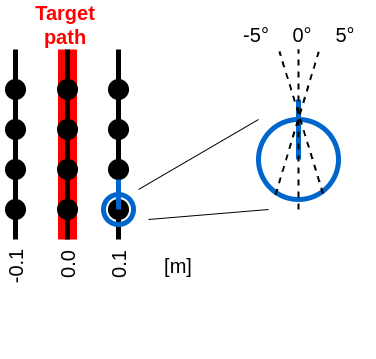
Above: img/collect2.png in YuukiTakahashi4690/rmdformat2022 (draw.io), before the change. Source tidied: cells renumbered, new cells last; positions are measured from the earlier drawing's top-left corner, leaving out a move shared by most shapes.
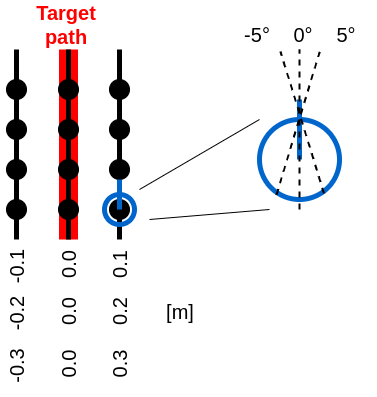
After the commit.

The edit, as a diff of the source:
```diff
@@ -15,7 +15,7 @@
       <mxGeometry x="103" y="240" width="60" height="30" as="geometry" />
     </mxCell>
     <mxCell id="5" value="[m]" style="text;html=1;strokeColor=none;fillColor=none;align=center;verticalAlign=middle;whiteSpace=wrap;rounded=0;fontSize=20;fontColor=#000000;" parent="1" vertex="1">
-      <mxGeometry x="163" y="241" width="60" height="30" as="geometry" />
+      <mxGeometry x="163.5" y="287" width="60" height="30" as="geometry" />
     </mxCell>
     <mxCell id="6" value="&lt;font color=&quot;#000000&quot;&gt;5°&lt;br&gt;&lt;/font&gt;" style="text;html=1;strokeColor=none;fillColor=none;align=center;verticalAlign=middle;whiteSpace=wrap;rounded=0;fontSize=20;fontColor=#FF0000;rotation=0;" parent="1" vertex="1">
       <mxGeometry x="330" y="10" width="60" height="30" as="geometry" />
@@ -83,7 +83,7 @@
       <mxGeometry x="123" width="60" height="30" as="geometry" />
     </mxCell>
     <mxCell id="23" style="group;" parent="1" vertex="1">
-      <mxGeometry x="67" y="40" width="30" height="305" as="geometry" />
+      <mxGeometry x="67" y="40" width="96.5" height="332" as="geometry" />
     </mxCell>
     <mxCell id="24" style="endArrow=none;html=1;strokeColor=#FF0000;strokeWidth=19;" parent="23" edge="1">
       <mxGeometry relative="1" as="geometry">
@@ -112,6 +112,18 @@
     <mxCell id="30" value="&lt;font color=&quot;#000000&quot;&gt;0.0&lt;br&gt;&lt;/font&gt;" style="text;html=1;strokeColor=none;fillColor=none;align=center;verticalAlign=middle;whiteSpace=wrap;rounded=0;fontSize=20;fontColor=#FF0000;rotation=-90;" parent="23" vertex="1">
       <mxGeometry x="-15" y="200" width="60" height="30" as="geometry" />
     </mxCell>
+    <mxCell id="38" value="&lt;font color=&quot;#000000&quot;&gt;0.0&lt;br&gt;&lt;/font&gt;" style="text;html=1;strokeColor=none;fillColor=none;align=center;verticalAlign=middle;whiteSpace=wrap;rounded=0;fontSize=20;fontColor=#FF0000;rotation=-90;" parent="23" vertex="1">
+      <mxGeometry x="-15" y="247" width="60" height="30" as="geometry" />
+    </mxCell>
+    <mxCell id="39" value="&lt;font color=&quot;#000000&quot;&gt;-0.3&lt;/font&gt;" style="text;html=1;strokeColor=none;fillColor=none;align=center;verticalAlign=middle;whiteSpace=wrap;rounded=0;fontSize=20;fontColor=#FF0000;rotation=-90;" parent="23" vertex="1">
+      <mxGeometry x="-67.5" y="302" width="60" height="30" as="geometry" />
+    </mxCell>
+    <mxCell id="40" value="&lt;font color=&quot;#000000&quot;&gt;0.0&lt;br&gt;&lt;/font&gt;" style="text;html=1;strokeColor=none;fillColor=none;align=center;verticalAlign=middle;whiteSpace=wrap;rounded=0;fontSize=20;fontColor=#FF0000;rotation=-90;" parent="23" vertex="1">
+      <mxGeometry x="-15.5" y="300" width="60" height="30" as="geometry" />
+    </mxCell>
+    <mxCell id="41" value="&lt;font color=&quot;#000000&quot;&gt;0.3&lt;br&gt;&lt;/font&gt;" style="text;html=1;strokeColor=none;fillColor=none;align=center;verticalAlign=middle;whiteSpace=wrap;rounded=0;fontSize=20;fontColor=#FF0000;rotation=-90;" parent="23" vertex="1">
+      <mxGeometry x="35.5" y="300" width="60" height="30" as="geometry" />
+    </mxCell>
     <mxCell id="31" style="group;" parent="1" vertex="1">
       <mxGeometry x="15" y="40" width="30" height="309" as="geometry" />
     </mxCell>
@@ -136,5 +148,11 @@
     <mxCell id="37" value="&lt;font color=&quot;#000000&quot;&gt;-0.1&lt;/font&gt;" style="text;html=1;strokeColor=none;fillColor=none;align=center;verticalAlign=middle;whiteSpace=wrap;rounded=0;fontSize=20;fontColor=#FF0000;rotation=-90;" parent="31" vertex="1">
       <mxGeometry x="-15" y="202" width="60" height="30" as="geometry" />
     </mxCell>
+    <mxCell id="42" value="&lt;font color=&quot;#000000&quot;&gt;-0.2&lt;/font&gt;" style="text;html=1;strokeColor=none;fillColor=none;align=center;verticalAlign=middle;whiteSpace=wrap;rounded=0;fontSize=20;fontColor=#FF0000;rotation=-90;" parent="31" vertex="1">
+      <mxGeometry x="-15" y="249" width="60" height="30" as="geometry" />
+    </mxCell>
+    <mxCell id="43" value="&lt;font color=&quot;#000000&quot;&gt;0.2&lt;br&gt;&lt;/font&gt;" style="text;html=1;strokeColor=none;fillColor=none;align=center;verticalAlign=middle;whiteSpace=wrap;rounded=0;fontSize=20;fontColor=#FF0000;rotation=-90;" parent="1" vertex="1">
+      <mxGeometry x="103" y="287" width="60" height="30" as="geometry" />
+    </mxCell>
   </root>
 </mxGraphModel>
```
